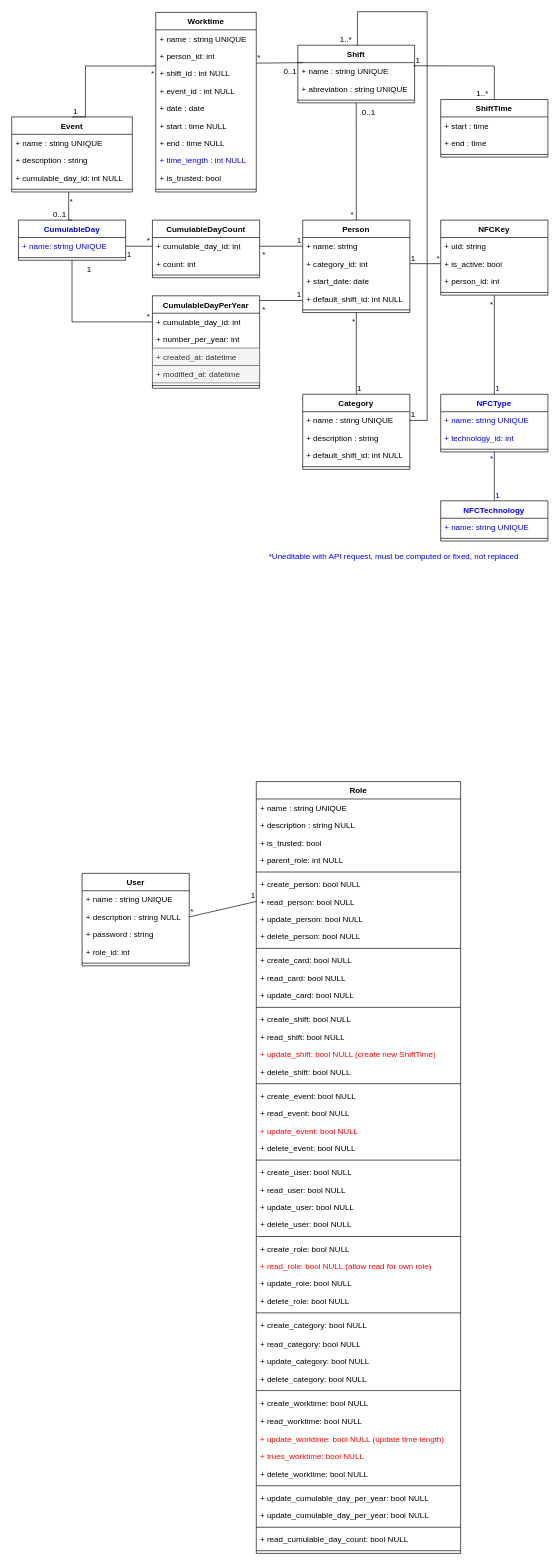
FrShao/TimeManager keeps this draw.io diagram as TimeManagerMLD.drawio. Above is the earlier version. Source tidied: cells renumbered, new cells numbered last; positions are measured from the earlier drawing's top-left corner, leaving out a move shared by most shapes. Both pictures are drawn from the tidied source at 67%, with x=0, y=0 at pixel (11, 11).
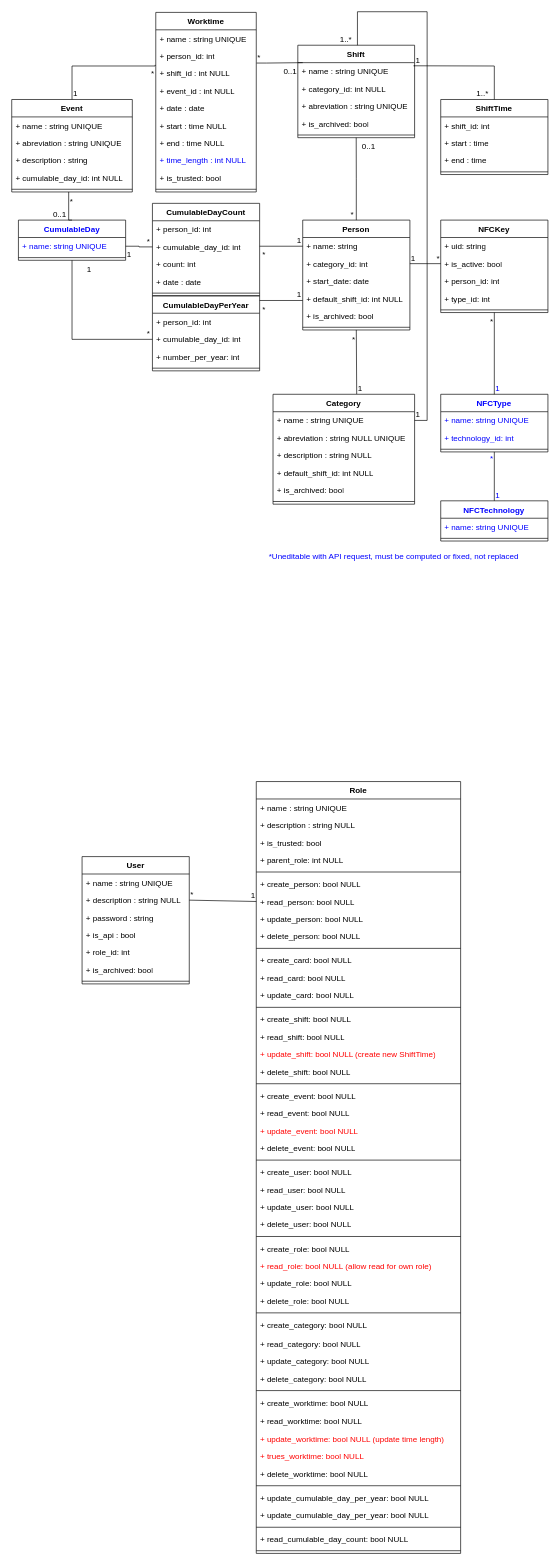
The same diagram, later.

Commit message:
Mettre à jour TimeManagerMLD.drawio

Unchanged cells that the change refers to:
```xml
<mxCell id="72" value="+ shift_id : int NULL" style="text;strokeColor=none;fillColor=none;align=left;verticalAlign=top;spacingLeft=4;spacingRight=4;overflow=hidden;points=[[0,0.5],[1,0.5]];portConstraint=eastwest;whiteSpace=wrap;html=1;" parent="69" vertex="1">
  <mxGeometry y="78" width="150" height="26" as="geometry" />
</mxCell>
```

Change to the diagram source:
```diff
@@
     <mxCell id="2" value="Person" style="swimlane;fontStyle=1;align=center;verticalAlign=top;horizontal=1;startSize=26;whiteSpace=wrap;html=1;" parent="1" vertex="1">
-      <mxGeometry x="434.3" y="311" width="160" height="138" as="geometry" />
+      <mxGeometry x="434.3" y="311" width="160" height="164" as="geometry" />
     </mxCell>
@@
+    <mxCell id="165" value="+ is_archived: bool" style="text;strokeColor=none;fillColor=none;align=left;verticalAlign=top;spacingLeft=4;spacingRight=4;overflow=hidden;whiteSpace=wrap;html=1;" parent="2" vertex="1">
+      <mxGeometry y="130" width="160" height="26" as="geometry" />
+    </mxCell>
     <mxCell id="7" style="line;strokeWidth=1;fillColor=none;align=left;verticalAlign=middle;spacingTop=-1;spacingLeft=3;spacingRight=3;labelPosition=right;strokeColor=inherit;" parent="2" vertex="1">
-      <mxGeometry y="130" width="160" height="8" as="geometry" />
+      <mxGeometry y="156" width="160" height="8" as="geometry" />
     </mxCell>
     <mxCell id="8" value="NFCKey" style="swimlane;fontStyle=1;align=center;verticalAlign=top;horizontal=1;startSize=26;whiteSpace=wrap;html=1;" parent="1" vertex="1">
-      <mxGeometry x="640.3" y="311" width="160" height="112" as="geometry" />
+      <mxGeometry x="640.3" y="311" width="160" height="138" as="geometry" />
     </mxCell>
@@
+    <mxCell id="166" value="+ type_id: int" style="text;strokeColor=none;fillColor=none;align=left;verticalAlign=top;spacingLeft=4;spacingRight=4;overflow=hidden;whiteSpace=wrap;html=1;" parent="8" vertex="1">
+      <mxGeometry y="104" width="160" height="26" as="geometry" />
+    </mxCell>
     <mxCell id="12" style="line;strokeWidth=1;fillColor=none;align=left;verticalAlign=middle;spacingTop=-1;spacingLeft=3;spacingRight=3;labelPosition=right;strokeColor=inherit;" parent="8" vertex="1">
-      <mxGeometry y="104" width="160" height="8" as="geometry" />
+      <mxGeometry y="130" width="160" height="8" as="geometry" />
     </mxCell>
@@
     <mxCell id="64" value="Category" style="swimlane;fontStyle=1;align=center;verticalAlign=top;horizontal=1;startSize=26;whiteSpace=wrap;html=1;" parent="1" vertex="1">
-      <mxGeometry x="434.3" y="571" width="160" height="112" as="geometry" />
+      <mxGeometry x="390" y="571" width="211.3" height="164" as="geometry" />
     </mxCell>
     <mxCell id="65" value="+ name : string UNIQUE" style="text;strokeColor=none;fillColor=none;align=left;verticalAlign=top;spacingLeft=4;spacingRight=4;overflow=hidden;points=[[0,0.5],[1,0.5]];portConstraint=eastwest;whiteSpace=wrap;html=1;" parent="64" vertex="1">
-      <mxGeometry y="26" width="160" height="26" as="geometry" />
+      <mxGeometry y="26" width="211.3" height="26" as="geometry" />
     </mxCell>
+    <mxCell id="167" value="+ abreviation : string NULL UNIQUE" style="text;strokeColor=none;fillColor=none;align=left;verticalAlign=top;spacingLeft=4;spacingRight=4;overflow=hidden;whiteSpace=wrap;html=1;" parent="64" vertex="1">
+      <mxGeometry y="52" width="211.3" height="26" as="geometry" />
+    </mxCell>
-    <mxCell id="66" value="+ description : string" style="text;strokeColor=none;fillColor=none;align=left;verticalAlign=top;spacingLeft=4;spacingRight=4;overflow=hidden;whiteSpace=wrap;html=1;" parent="64" vertex="1">
-      <mxGeometry y="52" width="160" height="26" as="geometry" />
+    <mxCell id="66" value="+ description : string NULL" style="text;strokeColor=none;fillColor=none;align=left;verticalAlign=top;spacingLeft=4;spacingRight=4;overflow=hidden;whiteSpace=wrap;html=1;" parent="64" vertex="1">
+      <mxGeometry y="78" width="211.3" height="26" as="geometry" />
     </mxCell>
     <mxCell id="67" value="+ default_shift_id: int NULL" style="text;strokeColor=none;fillColor=none;align=left;verticalAlign=top;spacingLeft=4;spacingRight=4;overflow=hidden;whiteSpace=wrap;html=1;" parent="64" vertex="1">
-      <mxGeometry y="78" width="160" height="26" as="geometry" />
+      <mxGeometry y="104" width="211.3" height="26" as="geometry" />
     </mxCell>
+    <mxCell id="168" value="+ is_archived: bool" style="text;strokeColor=none;fillColor=none;align=left;verticalAlign=top;spacingLeft=4;spacingRight=4;overflow=hidden;whiteSpace=wrap;html=1;" parent="64" vertex="1">
+      <mxGeometry y="130" width="211.3" height="26" as="geometry" />
+    </mxCell>
     <mxCell id="68" style="line;strokeWidth=1;fillColor=none;align=left;verticalAlign=middle;spacingTop=-1;spacingLeft=3;spacingRight=3;labelPosition=right;strokeColor=inherit;" parent="64" vertex="1">
-      <mxGeometry y="104" width="160" height="8" as="geometry" />
+      <mxGeometry y="156" width="211.3" height="8" as="geometry" />
     </mxCell>
@@
     <mxCell id="80" value="Shift" style="swimlane;fontStyle=1;align=center;verticalAlign=top;horizontal=1;startSize=26;whiteSpace=wrap;html=1;" parent="1" vertex="1">
-      <mxGeometry x="427" y="50" width="174.3" height="86" as="geometry" />
+      <mxGeometry x="427" y="50" width="174.3" height="138" as="geometry" />
     </mxCell>
@@
+    <mxCell id="169" value="+ category_id: int NULL" style="text;strokeColor=none;fillColor=none;align=left;verticalAlign=top;spacingLeft=4;spacingRight=4;overflow=hidden;whiteSpace=wrap;html=1;" parent="80" vertex="1">
+      <mxGeometry y="52" width="174.3" height="26" as="geometry" />
+    </mxCell>
     <mxCell id="82" value="+ abreviation : string UNIQUE" style="text;strokeColor=none;fillColor=none;align=left;verticalAlign=top;spacingLeft=4;spacingRight=4;overflow=hidden;whiteSpace=wrap;html=1;" parent="80" vertex="1">
-      <mxGeometry y="52" width="174.3" height="26" as="geometry" />
+      <mxGeometry y="78" width="174.3" height="26" as="geometry" />
     </mxCell>
+    <mxCell id="170" value="+ is_archived: bool" style="text;strokeColor=none;fillColor=none;align=left;verticalAlign=top;spacingLeft=4;spacingRight=4;overflow=hidden;whiteSpace=wrap;html=1;" parent="80" vertex="1">
+      <mxGeometry y="104" width="174.3" height="26" as="geometry" />
+    </mxCell>
     <mxCell id="83" style="line;strokeWidth=1;fillColor=none;align=left;verticalAlign=middle;spacingTop=-1;spacingLeft=3;spacingRight=3;labelPosition=right;strokeColor=inherit;" parent="80" vertex="1">
-      <mxGeometry y="78" width="174.3" height="8" as="geometry" />
+      <mxGeometry y="130" width="174.3" height="8" as="geometry" />
     </mxCell>
@@
     <mxCell id="87" value="User" style="swimlane;fontStyle=1;align=center;verticalAlign=top;horizontal=1;startSize=26;whiteSpace=wrap;html=1;" parent="1" vertex="1">
-      <mxGeometry x="105" y="1286" width="160" height="138" as="geometry" />
+      <mxGeometry x="105" y="1261" width="160" height="190" as="geometry" />
     </mxCell>
@@
+    <mxCell id="171" value="+ is_api : bool" style="text;strokeColor=none;fillColor=none;align=left;verticalAlign=top;spacingLeft=4;spacingRight=4;overflow=hidden;whiteSpace=wrap;html=1;" parent="87" vertex="1">
+      <mxGeometry y="104" width="160" height="26" as="geometry" />
+    </mxCell>
     <mxCell id="91" value="+ role_id: int" style="text;strokeColor=none;fillColor=none;align=left;verticalAlign=top;spacingLeft=4;spacingRight=4;overflow=hidden;whiteSpace=wrap;html=1;" parent="87" vertex="1">
-      <mxGeometry y="104" width="160" height="26" as="geometry" />
+      <mxGeometry y="130" width="160" height="26" as="geometry" />
     </mxCell>
+    <mxCell id="172" value="+ is_archived: bool" style="text;strokeColor=none;fillColor=none;align=left;verticalAlign=top;spacingLeft=4;spacingRight=4;overflow=hidden;whiteSpace=wrap;html=1;" parent="87" vertex="1">
+      <mxGeometry y="156" width="160" height="26" as="geometry" />
+    </mxCell>
     <mxCell id="92" style="line;strokeWidth=1;fillColor=none;align=left;verticalAlign=middle;spacingTop=-1;spacingLeft=3;spacingRight=3;labelPosition=right;strokeColor=inherit;" parent="87" vertex="1">
-      <mxGeometry y="130" width="160" height="8" as="geometry" />
+      <mxGeometry y="182" width="160" height="8" as="geometry" />
     </mxCell>
@@
-    <mxCell id="96" style="endArrow=none;html=1;rounded=0;exitX=0.5;exitY=0;exitDx=0;exitDy=0;entryX=0.5;entryY=1;entryDx=0;entryDy=0;" parent="1" edge="1" source="64" target="2">
+    <mxCell id="96" style="endArrow=none;html=1;rounded=0;exitX=0.591;exitY=-0.002;exitDx=0;exitDy=0;entryX=0.5;entryY=1;entryDx=0;entryDy=0;exitPerimeter=0;" parent="1" edge="1" source="64" target="2">
       <mxGeometry relative="1" as="geometry" />
     </mxCell>
@@
     <mxCell id="99" value="Event" style="swimlane;fontStyle=1;align=center;verticalAlign=top;horizontal=1;startSize=26;whiteSpace=wrap;html=1;" parent="1" vertex="1">
-      <mxGeometry y="157" width="180" height="112" as="geometry" />
+      <mxGeometry y="131" width="180" height="138" as="geometry" />
     </mxCell>
@@
+    <mxCell id="173" value="+ abreviation : string UNIQUE" style="text;strokeColor=none;fillColor=none;align=left;verticalAlign=top;spacingLeft=4;spacingRight=4;overflow=hidden;whiteSpace=wrap;html=1;" parent="99" vertex="1">
+      <mxGeometry y="52" width="180" height="26" as="geometry" />
+    </mxCell>
     <mxCell id="101" value="+ description : string" style="text;strokeColor=none;fillColor=none;align=left;verticalAlign=top;spacingLeft=4;spacingRight=4;overflow=hidden;whiteSpace=wrap;html=1;" parent="99" vertex="1">
-      <mxGeometry y="52" width="180" height="26" as="geometry" />
+      <mxGeometry y="78" width="180" height="26" as="geometry" />
     </mxCell>
     <mxCell id="102" value="+ cumulable_day_id: int NULL" style="text;strokeColor=none;fillColor=none;align=left;verticalAlign=top;spacingLeft=4;spacingRight=4;overflow=hidden;whiteSpace=wrap;html=1;" parent="99" vertex="1">
-      <mxGeometry y="78" width="180" height="26" as="geometry" />
+      <mxGeometry y="104" width="180" height="26" as="geometry" />
     </mxCell>
     <mxCell id="103" style="line;strokeWidth=1;fillColor=none;align=left;verticalAlign=middle;spacingTop=-1;spacingLeft=3;spacingRight=3;labelPosition=right;strokeColor=inherit;" parent="99" vertex="1">
-      <mxGeometry y="104" width="180" height="8" as="geometry" />
+      <mxGeometry y="130" width="180" height="8" as="geometry" />
     </mxCell>
@@
     <mxCell id="123" style="endArrow=none;html=1;rounded=0;exitX=0.5;exitY=0;exitDx=0;exitDy=0;entryX=-0.006;entryY=0.013;entryDx=0;entryDy=0;edgeStyle=orthogonalEdgeStyle;entryPerimeter=0;" parent="1" edge="1" source="99" target="72">
       <mxGeometry relative="1" as="geometry">
         <Array as="points">
-          <mxPoint x="110" y="81" />
+          <mxPoint x="90" y="81" />
           <mxPoint x="214" y="81" />
         </Array>
       </mxGeometry>
     </mxCell>
@@
     <mxCell id="130" value="CumulableDayPerYear" style="swimlane;fontStyle=1;align=center;verticalAlign=top;horizontal=1;startSize=26;whiteSpace=wrap;html=1;" parent="1" vertex="1">
-      <mxGeometry x="210" y="424" width="160" height="138" as="geometry" />
+      <mxGeometry x="210" y="424" width="160" height="112" as="geometry" />
     </mxCell>
+    <mxCell id="174" value="+ person_id: int" style="text;strokeColor=none;fillColor=none;align=left;verticalAlign=top;spacingLeft=4;spacingRight=4;overflow=hidden;whiteSpace=wrap;html=1;" parent="130" vertex="1">
+      <mxGeometry y="26" width="160" height="26" as="geometry" />
+    </mxCell>
     <mxCell id="131" value="+ cumulable_day_id: int" style="text;strokeColor=none;fillColor=none;align=left;verticalAlign=top;spacingLeft=4;spacingRight=4;overflow=hidden;points=[[0,0.5],[1,0.5]];portConstraint=eastwest;whiteSpace=wrap;html=1;" parent="130" vertex="1">
-      <mxGeometry y="26" width="160" height="26" as="geometry" />
+      <mxGeometry y="52" width="160" height="26" as="geometry" />
     </mxCell>
     <mxCell id="132" value="+ number_per_year: int" style="text;strokeColor=none;fillColor=none;align=left;verticalAlign=top;spacingLeft=4;spacingRight=4;overflow=hidden;whiteSpace=wrap;html=1;" parent="130" vertex="1">
-      <mxGeometry y="52" width="160" height="26" as="geometry" />
+      <mxGeometry y="78" width="160" height="26" as="geometry" />
     </mxCell>
-    <mxCell id="133" value="+ created_at: datetime" style="text;strokeColor=#666666;fillColor=#f5f5f5;align=left;verticalAlign=top;spacingLeft=4;spacingRight=4;overflow=hidden;whiteSpace=wrap;html=1;fontColor=#333333;" parent="130" vertex="1">
-      <mxGeometry y="78" width="160" height="26" as="geometry" />
-    </mxCell>
-    <mxCell id="134" value="+ modified_at: datetime" style="text;strokeColor=#666666;fillColor=#f5f5f5;align=left;verticalAlign=top;spacingLeft=4;spacingRight=4;overflow=hidden;whiteSpace=wrap;html=1;fontColor=#333333;" parent="130" vertex="1">
-      <mxGeometry y="104" width="160" height="26" as="geometry" />
-    </mxCell>
     <mxCell id="135" style="line;strokeWidth=1;fillColor=none;align=left;verticalAlign=middle;spacingTop=-1;spacingLeft=3;spacingRight=3;labelPosition=right;strokeColor=inherit;" parent="130" vertex="1">
-      <mxGeometry y="130" width="160" height="8" as="geometry" />
+      <mxGeometry y="104" width="160" height="8" as="geometry" />
     </mxCell>
     <mxCell id="136" value="CumulableDayCount" style="swimlane;fontStyle=1;align=center;verticalAlign=top;horizontal=1;startSize=26;whiteSpace=wrap;html=1;" parent="1" vertex="1">
-      <mxGeometry x="210" y="311" width="160" height="86" as="geometry" />
+      <mxGeometry x="210" y="286" width="160" height="138" as="geometry" />
     </mxCell>
+    <mxCell id="175" value="+ person_id: int" style="text;strokeColor=none;fillColor=none;align=left;verticalAlign=top;spacingLeft=4;spacingRight=4;overflow=hidden;whiteSpace=wrap;html=1;" parent="136" vertex="1">
+      <mxGeometry y="26" width="160" height="26" as="geometry" />
+    </mxCell>
     <mxCell id="137" value="+ cumulable_day_id: int" style="text;strokeColor=none;fillColor=none;align=left;verticalAlign=top;spacingLeft=4;spacingRight=4;overflow=hidden;points=[[0,0.5],[1,0.5]];portConstraint=eastwest;whiteSpace=wrap;html=1;" parent="136" vertex="1">
-      <mxGeometry y="26" width="160" height="26" as="geometry" />
+      <mxGeometry y="52" width="160" height="26" as="geometry" />
     </mxCell>
     <mxCell id="138" value="+ count: int" style="text;strokeColor=none;fillColor=none;align=left;verticalAlign=top;spacingLeft=4;spacingRight=4;overflow=hidden;whiteSpace=wrap;html=1;" parent="136" vertex="1">
-      <mxGeometry y="52" width="160" height="26" as="geometry" />
+      <mxGeometry y="78" width="160" height="26" as="geometry" />
     </mxCell>
+    <mxCell id="176" value="+ date : date&amp;nbsp;" style="text;strokeColor=none;fillColor=none;align=left;verticalAlign=top;spacingLeft=4;spacingRight=4;overflow=hidden;whiteSpace=wrap;html=1;" parent="136" vertex="1">
+      <mxGeometry y="104" width="160" height="26" as="geometry" />
+    </mxCell>
     <mxCell id="139" style="line;strokeWidth=1;fillColor=none;align=left;verticalAlign=middle;spacingTop=-1;spacingLeft=3;spacingRight=3;labelPosition=right;strokeColor=inherit;" parent="136" vertex="1">
-      <mxGeometry y="78" width="160" height="8" as="geometry" />
+      <mxGeometry y="130" width="160" height="8" as="geometry" />
     </mxCell>
@@
     <mxCell id="155" value="ShiftTime" style="swimlane;fontStyle=1;align=center;verticalAlign=top;horizontal=1;startSize=26;whiteSpace=wrap;html=1;" parent="1" vertex="1">
-      <mxGeometry x="640.3" y="131" width="160" height="86" as="geometry" />
+      <mxGeometry x="640.3" y="131" width="160" height="112" as="geometry" />
     </mxCell>
+    <mxCell id="177" value="+ shift_id: int" style="text;strokeColor=none;fillColor=none;align=left;verticalAlign=top;spacingLeft=4;spacingRight=4;overflow=hidden;whiteSpace=wrap;html=1;" parent="155" vertex="1">
+      <mxGeometry y="26" width="160" height="26" as="geometry" />
+    </mxCell>
     <mxCell id="156" value="+ start : time" style="text;strokeColor=none;fillColor=none;align=left;verticalAlign=top;spacingLeft=4;spacingRight=4;overflow=hidden;whiteSpace=wrap;html=1;" parent="155" vertex="1">
-      <mxGeometry y="26" width="160" height="26" as="geometry" />
+      <mxGeometry y="52" width="160" height="26" as="geometry" />
     </mxCell>
     <mxCell id="157" value="+ end : time" style="text;strokeColor=none;fillColor=none;align=left;verticalAlign=top;spacingLeft=4;spacingRight=4;overflow=hidden;whiteSpace=wrap;html=1;" parent="155" vertex="1">
-      <mxGeometry y="52" width="160" height="26" as="geometry" />
+      <mxGeometry y="78" width="160" height="26" as="geometry" />
     </mxCell>
     <mxCell id="158" style="line;strokeWidth=1;fillColor=none;align=left;verticalAlign=middle;spacingTop=-1;spacingLeft=3;spacingRight=3;labelPosition=right;strokeColor=inherit;" parent="155" vertex="1">
-      <mxGeometry y="78" width="160" height="8" as="geometry" />
+      <mxGeometry y="104" width="160" height="8" as="geometry" />
     </mxCell>
```
